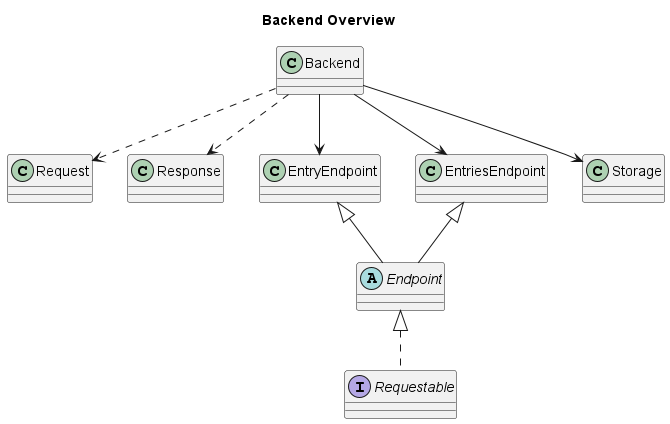
Above: docs/static/backend/BackendOverviewClassDiagram.png in nus-cs2113-AY2223S2/tp (PlantUML), before the change.
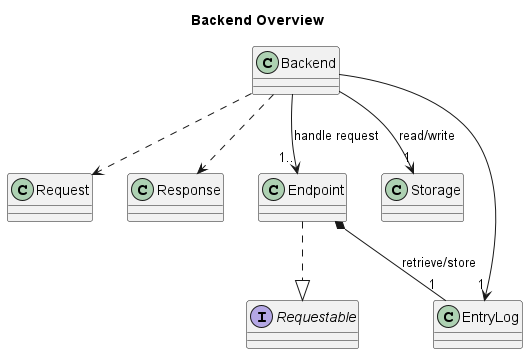
Above is the later version.

Commit message:
docs: update backend class diagram structure

Change to the diagram source:
```diff
@@ -6,18 +6,16 @@
 class Request
 class Response
 abstract class Endpoint
-class EntryEndpoint
-class EntriesEndpoint
+class Endpoint
 class Storage
+class EntryLog
 
-Endpoint <|.. Requestable
-EntryEndpoint <|-- Endpoint
-EntriesEndpoint <|-- Endpoint
-
-Backend --> Storage
-Backend --> EntryEndpoint
-Backend --> EntriesEndpoint
+Endpoint ..|> Requestable
+Backend --> "1.." Endpoint : handle request
 Backend ..> Request
 Backend ..> Response
+Backend --> "1" Storage : read/write
+Backend --> "1" EntryLog
+Endpoint *-- "1" EntryLog : retrieve/store
 
 @enduml
```
